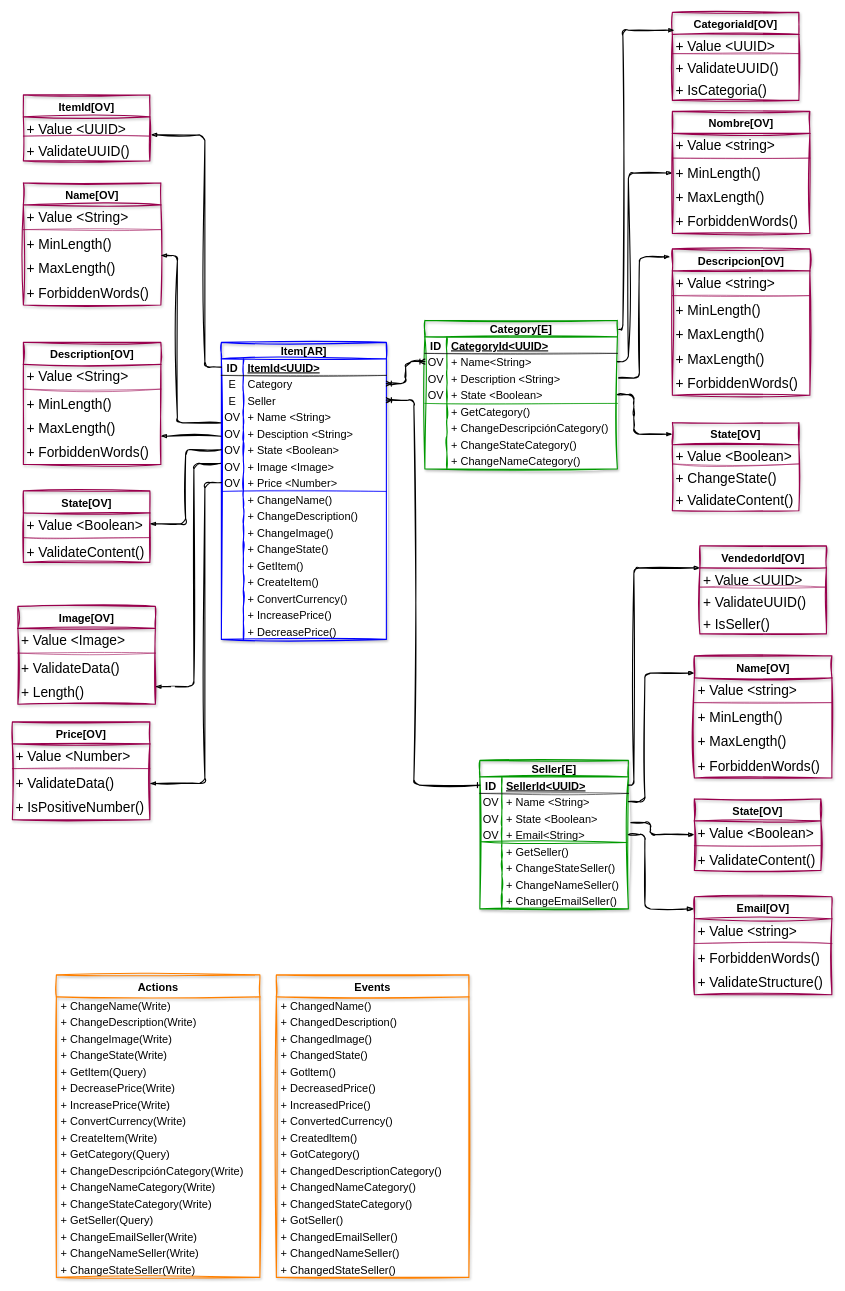
Above: page "Item<AR>-Product" (2 of 5) of Drive-Domain-Design.drawio in training-practice-sofkau/C1-2023-DDD-Colombia (draw.io), before the change. Source tidied: cells renumbered, new cells numbered last; positions are measured from the earlier drawing's top-left corner, leaving out a move shared by most shapes. Both pictures are drawn from the tidied source at 55%, with x=0, y=0 at pixel (12, 12).
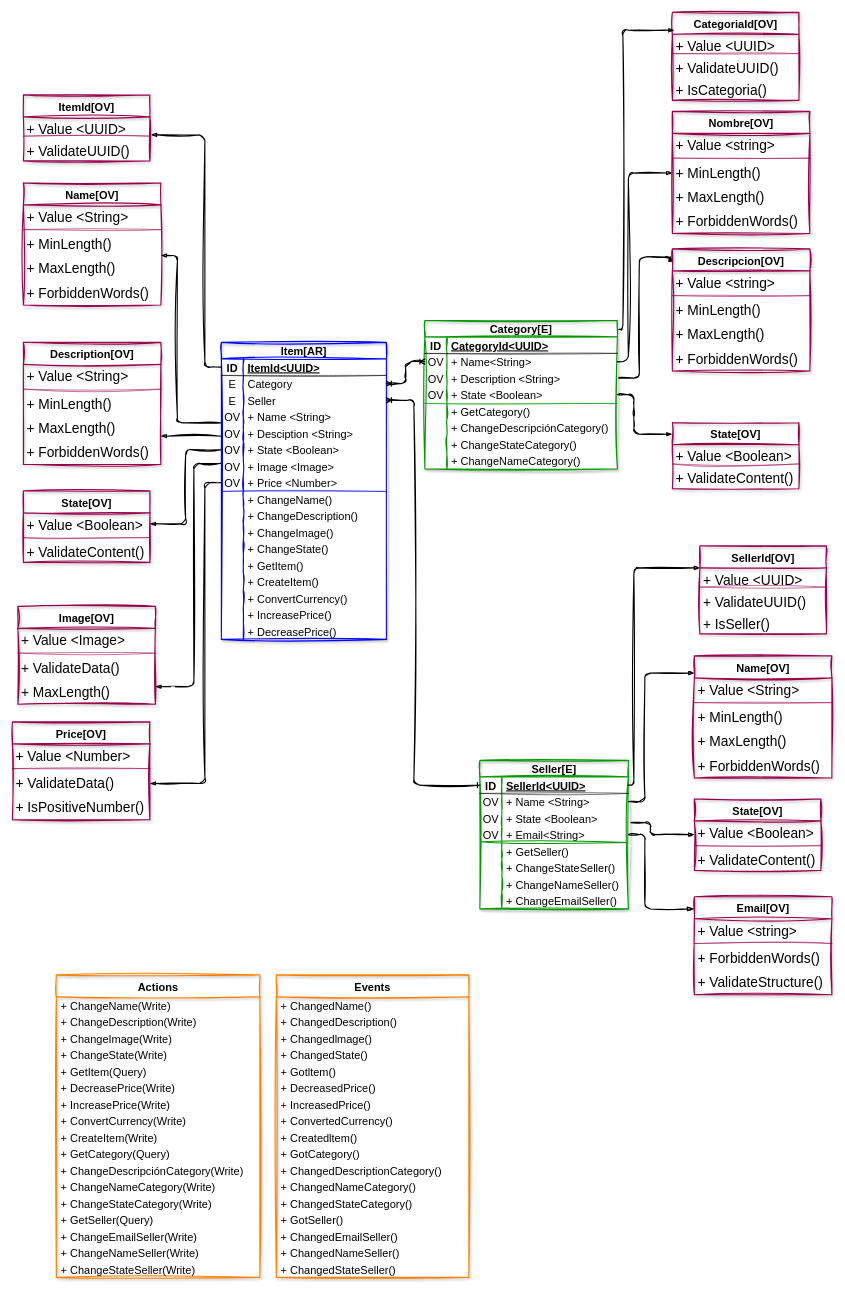
The same diagram, later.

Unchanged cells that the change refers to:
```xml
<mxCell id="138" value="Image[OV]" style="swimlane;fontStyle=1;horizontal=1;startSize=40;align=center;fontSize=20;rounded=0;shadow=1;labelBorderColor=none;sketch=1;hachureGap=4;jiggle=2;fillStyle=cross-hatch;curveFitting=1;strokeColor=#99004D;strokeWidth=2;fontFamily=Helvetica;fillColor=none;gradientColor=none;" parent="1" vertex="1">
  <mxGeometry x="10" y="1080" width="250" height="178" as="geometry" />
</mxCell>
<mxCell id="178" value="Name[OV]" style="swimlane;fontStyle=1;horizontal=1;startSize=40;align=center;fontSize=20;rounded=0;shadow=1;labelBorderColor=none;sketch=1;hachureGap=4;jiggle=2;fillStyle=cross-hatch;curveFitting=1;strokeColor=#99004D;strokeWidth=2;fontFamily=Helvetica;fillColor=none;gradientColor=none;" parent="1" vertex="1">
  <mxGeometry x="1240" y="1170" width="250" height="222" as="geometry" />
</mxCell>
```

What changed in the source:
```diff
@@
     <mxCell id="82" value="State[OV]" style="swimlane;fontStyle=1;horizontal=1;startSize=40;align=center;fontSize=20;rounded=0;shadow=1;labelBorderColor=none;sketch=1;hachureGap=4;jiggle=2;fillStyle=cross-hatch;curveFitting=1;strokeColor=#99004D;strokeWidth=2;fontFamily=Helvetica;fillColor=none;gradientColor=none;" parent="1" vertex="1">
-      <mxGeometry x="1200" y="746" width="230" height="160" as="geometry" />
+      <mxGeometry x="1200" y="746" width="230" height="120" as="geometry" />
     </mxCell>
@@
-    <mxCell id="85" value="+ ChangeState()" style="text;strokeColor=none;fillColor=none;spacingLeft=4;spacingRight=4;overflow=hidden;fontSize=25;fontFamily=Helvetica;" parent="82" vertex="1">
-      <mxGeometry y="80" width="230" height="40" as="geometry" />
-    </mxCell>
     <mxCell id="86" value="+ ValidateContent()" style="text;strokeColor=none;fillColor=none;spacingLeft=4;spacingRight=4;overflow=hidden;fontSize=25;fontFamily=Helvetica;" parent="82" vertex="1">
-      <mxGeometry y="120" width="230" height="40" as="geometry" />
+      <mxGeometry y="80" width="230" height="40" as="geometry" />
     </mxCell>
@@
     <mxCell id="131" value="Descripcion[OV]" style="swimlane;fontStyle=1;horizontal=1;startSize=40;align=center;fontSize=20;rounded=0;shadow=1;labelBorderColor=none;sketch=1;hachureGap=4;jiggle=2;fillStyle=cross-hatch;curveFitting=1;strokeColor=#99004D;strokeWidth=2;fontFamily=Helvetica;fillColor=none;gradientColor=none;" parent="1" vertex="1">
-      <mxGeometry x="1200" y="430" width="250" height="266" as="geometry" />
+      <mxGeometry x="1200" y="430" width="250" height="222" as="geometry" />
     </mxCell>
@@
-    <mxCell id="135" value="+ MaxLength()" style="text;strokeColor=none;fillColor=none;spacingLeft=4;spacingRight=4;overflow=hidden;fontSize=25;fontFamily=Helvetica;" parent="131" vertex="1">
-      <mxGeometry y="134" width="250" height="44" as="geometry" />
-    </mxCell>
     <mxCell id="136" value="+ MaxLength()" style="text;strokeColor=none;fillColor=none;spacingLeft=4;spacingRight=4;overflow=hidden;fontSize=25;fontFamily=Helvetica;" parent="131" vertex="1">
-      <mxGeometry y="178" width="250" height="44" as="geometry" />
+      <mxGeometry y="134" width="250" height="44" as="geometry" />
     </mxCell>
     <mxCell id="137" value="+ ForbiddenWords()" style="text;strokeColor=none;fillColor=none;spacingLeft=4;spacingRight=4;overflow=hidden;fontSize=25;fontFamily=Helvetica;" parent="131" vertex="1">
-      <mxGeometry y="222" width="250" height="44" as="geometry" />
+      <mxGeometry y="178" width="250" height="44" as="geometry" />
     </mxCell>
@@
-    <mxCell id="144" value="+ Length()" style="text;strokeColor=none;fillColor=none;spacingLeft=4;spacingRight=4;overflow=hidden;fontSize=25;fontFamily=Helvetica;" parent="138" vertex="1">
+    <mxCell id="144" value="+ MaxLength()" style="text;strokeColor=none;fillColor=none;spacingLeft=4;spacingRight=4;overflow=hidden;fontSize=25;fontFamily=Helvetica;" parent="138" vertex="1">
       <mxGeometry y="134" width="250" height="44" as="geometry" />
     </mxCell>
@@
-    <mxCell id="179" value="+ Value &lt;string&gt;" style="text;strokeColor=none;fillColor=none;spacingLeft=4;spacingRight=4;overflow=hidden;fontSize=25;fontFamily=Helvetica;" parent="178" vertex="1">
+    <mxCell id="179" value="+ Value &lt;String&gt;" style="text;strokeColor=none;fillColor=none;spacingLeft=4;spacingRight=4;overflow=hidden;fontSize=25;fontFamily=Helvetica;" parent="178" vertex="1">
       <mxGeometry y="40" width="250" height="40" as="geometry" />
     </mxCell>
@@
-    <mxCell id="196" value="VendedorId[OV]" style="swimlane;fontStyle=1;horizontal=1;startSize=40;align=center;fontSize=20;rounded=0;shadow=1;labelBorderColor=none;sketch=1;hachureGap=4;jiggle=2;fillStyle=cross-hatch;curveFitting=1;strokeColor=#99004D;strokeWidth=2;fontFamily=Helvetica;fillColor=none;gradientColor=none;" parent="1" vertex="1">
+    <mxCell id="196" value="SellerId[OV]" style="swimlane;fontStyle=1;horizontal=1;startSize=40;align=center;fontSize=20;rounded=0;shadow=1;labelBorderColor=none;sketch=1;hachureGap=4;jiggle=2;fillStyle=cross-hatch;curveFitting=1;strokeColor=#99004D;strokeWidth=2;fontFamily=Helvetica;fillColor=none;gradientColor=none;" parent="1" vertex="1">
       <mxGeometry x="1250" y="970" width="230" height="160" as="geometry" />
     </mxCell>
```
